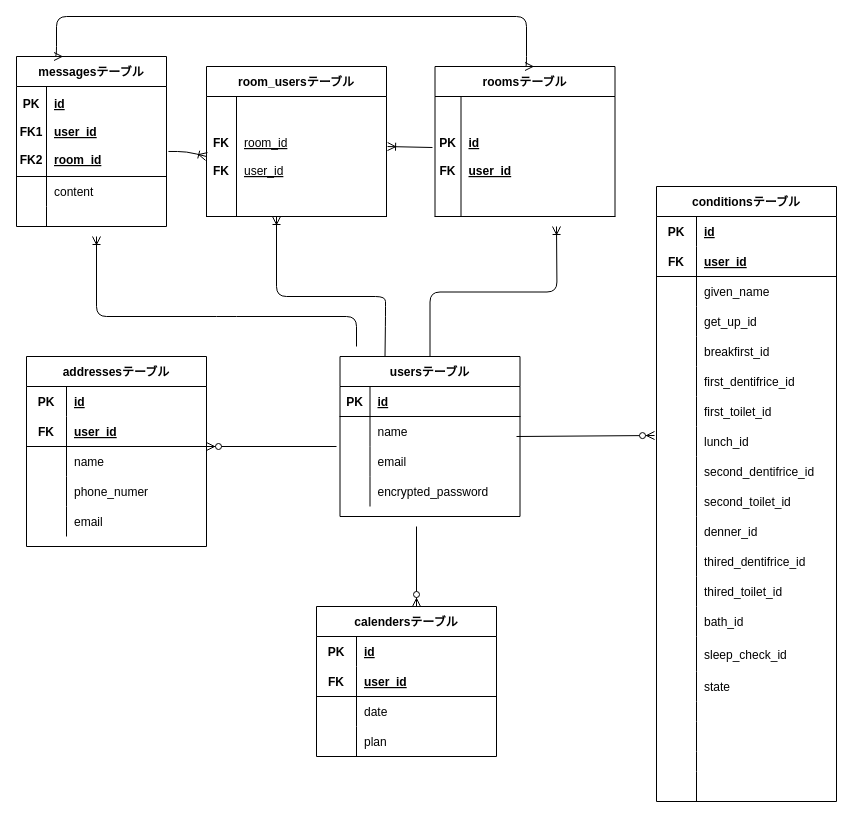
Before: for-cg.dio in wtoshiaki/for-cg, a draw.io diagram. Source tidied: cells renumbered, new cells numbered last; positions are measured from the earlier drawing's top-left corner, leaving out a move shared by most shapes. Both pictures are drawn from the tidied source at 100%, with x=0, y=0 at pixel (16, 16).
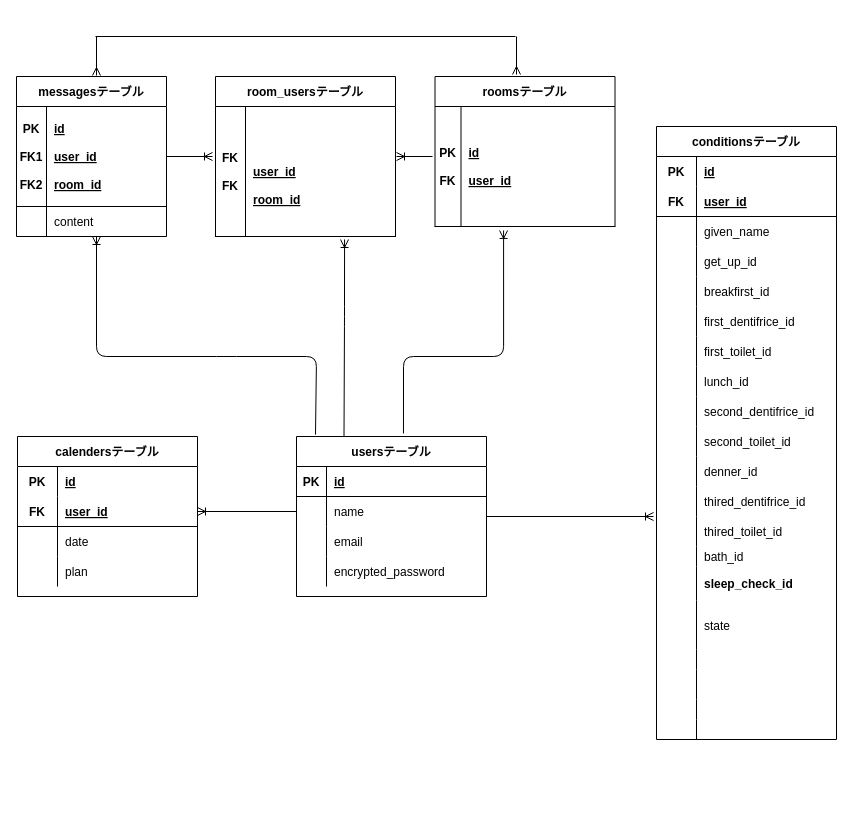
After the change.

Commit message (it also covers changes not shown here):
Read.Me修正

Unchanged cells that the change refers to:
```xml
<mxCell id="16" style="shape=partialRectangle;fillColor=none;top=0;left=0;bottom=1;right=0;points=[[0,0.5],[1,0.5]];portConstraint=eastwest;" parent="15" vertex="1">
  <mxGeometry y="30" width="180" height="120" as="geometry" />
</mxCell>
<mxCell id="51" style="shape=partialRectangle;fillColor=none;top=0;left=0;bottom=0;right=0;points=[[0,0.5],[1,0.5]];portConstraint=eastwest;" parent="29" vertex="1">
  <mxGeometry y="240" width="180" height="30" as="geometry" />
</mxCell>
<mxCell id="94" style="shape=partialRectangle;fillColor=none;top=0;left=0;bottom=1;right=0;points=[[0,0.5],[1,0.5]];portConstraint=eastwest;" parent="90" vertex="1">
  <mxGeometry y="60" width="180" height="30" as="geometry" />
</mxCell>
```

The edit, as a diff of the source:
```diff
@@
     <mxCell id="2" value="usersテーブル" style="shape=table;startSize=30;childLayout=tableLayout;rowLines=0;fontStyle=1;align=center;" parent="1" vertex="1">
-      <mxGeometry x="323.5" y="340" width="180" height="160" as="geometry" />
+      <mxGeometry x="280" y="420" width="190" height="160" as="geometry" />
     </mxCell>
     <mxCell id="3" style="shape=partialRectangle;fillColor=none;top=0;left=0;bottom=1;right=0;" parent="2" vertex="1">
-      <mxGeometry y="30" width="180" height="30" as="geometry" />
+      <mxGeometry y="30" width="190" height="30" as="geometry" />
     </mxCell>
@@
     <mxCell id="5" value="id" style="shape=partialRectangle;fillColor=none;top=0;left=0;bottom=0;right=0;align=left;spacingLeft=6;fontStyle=5;overflow=hidden;" parent="3" vertex="1">
-      <mxGeometry x="30" width="150" height="30" as="geometry" />
+      <mxGeometry x="30" width="160" height="30" as="geometry" />
     </mxCell>
     <mxCell id="6" style="shape=partialRectangle;fillColor=none;top=0;left=0;bottom=0;right=0;points=[[0,0.5],[1,0.5]];portConstraint=eastwest;" parent="2" vertex="1">
-      <mxGeometry y="60" width="180" height="30" as="geometry" />
+      <mxGeometry y="60" width="190" height="30" as="geometry" />
     </mxCell>
@@
     <mxCell id="8" value="name" style="shape=partialRectangle;fillColor=none;top=0;left=0;bottom=0;right=0;align=left;spacingLeft=6;overflow=hidden;" parent="6" vertex="1">
-      <mxGeometry x="30" width="150" height="30" as="geometry" />
+      <mxGeometry x="30" width="160" height="30" as="geometry" />
     </mxCell>
     <mxCell id="9" style="shape=partialRectangle;fillColor=none;top=0;left=0;bottom=0;right=0;" parent="2" vertex="1">
-      <mxGeometry y="90" width="180" height="30" as="geometry" />
+      <mxGeometry y="90" width="190" height="30" as="geometry" />
     </mxCell>
@@
     <mxCell id="11" value="email" style="shape=partialRectangle;fillColor=none;top=0;left=0;bottom=0;right=0;align=left;spacingLeft=6;overflow=hidden;" parent="9" vertex="1">
-      <mxGeometry x="30" width="150" height="30" as="geometry" />
+      <mxGeometry x="30" width="160" height="30" as="geometry" />
     </mxCell>
     <mxCell id="12" style="shape=partialRectangle;fillColor=none;top=0;left=0;bottom=0;right=0;" parent="2" vertex="1">
-      <mxGeometry y="120" width="180" height="30" as="geometry" />
+      <mxGeometry y="120" width="190" height="30" as="geometry" />
     </mxCell>
@@
     <mxCell id="14" value="encrypted_password" style="shape=partialRectangle;fillColor=none;top=0;left=0;bottom=0;right=0;align=left;spacingLeft=6;overflow=hidden;" parent="12" vertex="1">
-      <mxGeometry x="30" width="150" height="30" as="geometry" />
+      <mxGeometry x="30" width="160" height="30" as="geometry" />
     </mxCell>
     <mxCell id="15" value="roomsテーブル" style="shape=table;startSize=30;childLayout=tableLayout;rowLines=0;fontStyle=1;align=center;" parent="1" vertex="1">
-      <mxGeometry x="418.5" y="50" width="180" height="150" as="geometry" />
+      <mxGeometry x="418.5" y="60" width="180" height="150" as="geometry" />
     </mxCell>
@@
     <mxCell id="19" value="messagesテーブル" style="shape=table;startSize=30;childLayout=tableLayout;rowLines=0;fontStyle=1;align=center;" parent="1" vertex="1">
-      <mxGeometry y="40" width="150" height="170" as="geometry" />
+      <mxGeometry y="60" width="150" height="160" as="geometry" />
     </mxCell>
     <mxCell id="20" style="shape=partialRectangle;fillColor=none;top=0;left=0;bottom=1;right=0;points=[[0,0.5],[1,0.5]];portConstraint=eastwest;" parent="19" vertex="1">
-      <mxGeometry y="30" width="150" height="90" as="geometry" />
+      <mxGeometry y="30" width="150" height="100" as="geometry" />
     </mxCell>
     <mxCell id="21" value="PK&#10;&#10;FK1&#10;&#10;FK2" style="shape=partialRectangle;fillColor=none;top=0;left=0;bottom=0;right=0;fontStyle=1;overflow=hidden;" parent="20" vertex="1">
-      <mxGeometry width="30" height="90" as="geometry" />
+      <mxGeometry width="30" height="100" as="geometry" />
     </mxCell>
     <mxCell id="22" value="id&#10;&#10;user_id&#10;&#10;room_id" style="shape=partialRectangle;fillColor=none;top=0;left=0;bottom=0;right=0;align=left;spacingLeft=6;fontStyle=5;overflow=hidden;" parent="20" vertex="1">
-      <mxGeometry x="30" width="120" height="90" as="geometry" />
+      <mxGeometry x="30" width="120" height="100" as="geometry" />
     </mxCell>
     <mxCell id="23" style="shape=partialRectangle;fillColor=none;top=0;left=0;bottom=0;right=0;" parent="19" vertex="1">
-      <mxGeometry y="120" width="150" height="30" as="geometry" />
+      <mxGeometry y="130" width="150" height="30" as="geometry" />
     </mxCell>
@@
-    <mxCell id="26" style="shape=partialRectangle;fillColor=none;top=0;left=0;bottom=0;right=0;" parent="19" vertex="1">
-      <mxGeometry y="150" width="150" height="20" as="geometry" />
-    </mxCell>
-    <mxCell id="27" style="shape=partialRectangle;fillColor=none;top=0;left=0;bottom=0;right=0;overflow=hidden;" parent="26" vertex="1">
-      <mxGeometry width="30" height="20" as="geometry" />
-    </mxCell>
-    <mxCell id="28" style="shape=partialRectangle;fillColor=none;top=0;left=0;bottom=0;right=0;align=left;spacingLeft=6;overflow=hidden;" parent="26" vertex="1">
-      <mxGeometry x="30" width="120" height="20" as="geometry" />
-    </mxCell>
     <mxCell id="29" value="conditionsテーブル" style="shape=table;startSize=30;childLayout=tableLayout;rowLines=0;fontStyle=1;align=center;" parent="1" vertex="1">
-      <mxGeometry x="640" y="170" width="180" height="615" as="geometry" />
+      <mxGeometry x="640" y="110" width="180" height="613" as="geometry" />
     </mxCell>
@@
     <mxCell id="69" style="shape=partialRectangle;fillColor=none;top=0;left=0;bottom=0;right=0;" parent="29" vertex="1">
-      <mxGeometry y="420" width="180" height="30" as="geometry" />
+      <mxGeometry y="420" width="180" height="20" as="geometry" />
     </mxCell>
     <mxCell id="70" style="shape=partialRectangle;fillColor=none;top=0;left=0;bottom=0;right=0;overflow=hidden;" parent="69" vertex="1">
-      <mxGeometry width="40" height="30" as="geometry" />
+      <mxGeometry width="40" height="20" as="geometry" />
     </mxCell>
     <mxCell id="71" value="bath_id" style="shape=partialRectangle;fillColor=none;top=0;left=0;bottom=0;right=0;align=left;spacingLeft=6;overflow=hidden;" parent="69" vertex="1">
-      <mxGeometry x="40" width="140" height="30" as="geometry" />
+      <mxGeometry x="40" width="140" height="20" as="geometry" />
     </mxCell>
     <mxCell id="72" style="shape=partialRectangle;fillColor=none;top=0;left=0;bottom=0;right=0;" parent="29" vertex="1">
-      <mxGeometry y="450" width="180" height="35" as="geometry" />
+      <mxGeometry y="440" width="180" height="34" as="geometry" />
     </mxCell>
     <mxCell id="73" style="shape=partialRectangle;fillColor=none;top=0;left=0;bottom=0;right=0;overflow=hidden;" parent="72" vertex="1">
-      <mxGeometry width="40" height="35" as="geometry" />
+      <mxGeometry width="40" height="34" as="geometry" />
     </mxCell>
-    <mxCell id="74" value="sleep_check_id" style="shape=partialRectangle;fillColor=none;top=0;left=0;bottom=0;right=0;align=left;spacingLeft=6;overflow=hidden;" parent="72" vertex="1">
-      <mxGeometry x="40" width="140" height="35" as="geometry" />
+    <mxCell id="74" value="sleep_check_id" style="shape=partialRectangle;fillColor=none;top=0;left=0;bottom=0;right=0;align=left;spacingLeft=6;overflow=hidden;fontStyle=1;" parent="72" vertex="1">
+      <mxGeometry x="40" width="140" height="34" as="geometry" />
     </mxCell>
     <mxCell id="75" style="shape=partialRectangle;fillColor=none;top=0;left=0;bottom=0;right=0;" parent="29" vertex="1">
-      <mxGeometry y="485" width="180" height="30" as="geometry" />
+      <mxGeometry y="474" width="180" height="49" as="geometry" />
     </mxCell>
     <mxCell id="76" style="shape=partialRectangle;fillColor=none;top=0;left=0;bottom=0;right=0;overflow=hidden;" parent="75" vertex="1">
-      <mxGeometry width="40" height="30" as="geometry" />
+      <mxGeometry width="40" height="49" as="geometry" />
     </mxCell>
     <mxCell id="77" value="state" style="shape=partialRectangle;fillColor=none;top=0;left=0;bottom=0;right=0;align=left;spacingLeft=6;overflow=hidden;" parent="75" vertex="1">
-      <mxGeometry x="40" width="140" height="30" as="geometry" />
+      <mxGeometry x="40" width="140" height="49" as="geometry" />
     </mxCell>
     <mxCell id="78" style="shape=partialRectangle;fillColor=none;top=0;left=0;bottom=0;right=0;" parent="29" vertex="1">
-      <mxGeometry y="515" width="180" height="20" as="geometry" />
+      <mxGeometry y="523" width="180" height="20" as="geometry" />
     </mxCell>
@@
     <mxCell id="81" style="shape=partialRectangle;fillColor=none;top=0;left=0;bottom=0;right=0;" parent="29" vertex="1">
-      <mxGeometry y="535" width="180" height="30" as="geometry" />
+      <mxGeometry y="543" width="180" height="30" as="geometry" />
     </mxCell>
@@
     <mxCell id="84" style="shape=partialRectangle;fillColor=none;top=0;left=0;bottom=0;right=0;" parent="29" vertex="1">
-      <mxGeometry y="565" width="180" height="20" as="geometry" />
+      <mxGeometry y="573" width="180" height="20" as="geometry" />
     </mxCell>
@@
     <mxCell id="87" style="shape=partialRectangle;fillColor=none;top=0;left=0;bottom=0;right=0;" parent="29" vertex="1">
-      <mxGeometry y="585" width="180" height="30" as="geometry" />
+      <mxGeometry y="593" width="180" height="20" as="geometry" />
     </mxCell>
     <mxCell id="88" style="shape=partialRectangle;fillColor=none;top=0;left=0;bottom=0;right=0;overflow=hidden;" parent="87" vertex="1">
-      <mxGeometry width="40" height="30" as="geometry" />
+      <mxGeometry width="40" height="20" as="geometry" />
     </mxCell>
     <mxCell id="89" style="shape=partialRectangle;fillColor=none;top=0;left=0;bottom=0;right=0;align=left;spacingLeft=6;overflow=hidden;" parent="87" vertex="1">
-      <mxGeometry x="40" width="140" height="30" as="geometry" />
+      <mxGeometry x="40" width="140" height="20" as="geometry" />
     </mxCell>
     <mxCell id="90" value="calendersテーブル" style="shape=table;startSize=30;childLayout=tableLayout;rowLines=0;fontStyle=1;align=center;" parent="1" vertex="1">
-      <mxGeometry x="300" y="590" width="180" height="150" as="geometry" />
+      <mxGeometry x="1" y="420" width="180" height="160" as="geometry" />
     </mxCell>
@@
-    <mxCell id="103" value="addressesテーブル" style="shape=table;startSize=30;childLayout=tableLayout;rowLines=0;fontStyle=1;align=center;" parent="1" vertex="1">
-      <mxGeometry x="10" y="340" width="180" height="190" as="geometry" />
-    </mxCell>
-    <mxCell id="104" style="shape=partialRectangle;fillColor=none;top=0;left=0;bottom=0;right=0;" parent="103" vertex="1">
-      <mxGeometry y="30" width="180" height="30" as="geometry" />
-    </mxCell>
-    <mxCell id="105" value="PK" style="shape=partialRectangle;fillColor=none;top=0;left=0;bottom=0;right=0;fontStyle=1;overflow=hidden;" parent="104" vertex="1">
-      <mxGeometry width="40" height="30" as="geometry" />
-    </mxCell>
-    <mxCell id="106" value="id" style="shape=partialRectangle;fillColor=none;top=0;left=0;bottom=0;right=0;align=left;spacingLeft=6;fontStyle=5;overflow=hidden;" parent="104" vertex="1">
-      <mxGeometry x="40" width="140" height="30" as="geometry" />
-    </mxCell>
-    <mxCell id="107" style="shape=partialRectangle;fillColor=none;top=0;left=0;bottom=1;right=0;" parent="103" vertex="1">
-      <mxGeometry y="60" width="180" height="30" as="geometry" />
-    </mxCell>
-    <mxCell id="108" value="FK" style="shape=partialRectangle;fillColor=none;top=0;left=0;bottom=0;right=0;fontStyle=1;overflow=hidden;" parent="107" vertex="1">
-      <mxGeometry width="40" height="30" as="geometry" />
-    </mxCell>
-    <mxCell id="109" value="user_id" style="shape=partialRectangle;fillColor=none;top=0;left=0;bottom=0;right=0;align=left;spacingLeft=6;fontStyle=5;overflow=hidden;" parent="107" vertex="1">
-      <mxGeometry x="40" width="140" height="30" as="geometry" />
-    </mxCell>
-    <mxCell id="110" style="shape=partialRectangle;fillColor=none;top=0;left=0;bottom=0;right=0;" parent="103" vertex="1">
-      <mxGeometry y="90" width="180" height="30" as="geometry" />
-    </mxCell>
-    <mxCell id="111" style="shape=partialRectangle;fillColor=none;top=0;left=0;bottom=0;right=0;overflow=hidden;" parent="110" vertex="1">
-      <mxGeometry width="40" height="30" as="geometry" />
-    </mxCell>
-    <mxCell id="112" value="name" style="shape=partialRectangle;fillColor=none;top=0;left=0;bottom=0;right=0;align=left;spacingLeft=6;overflow=hidden;" parent="110" vertex="1">
-      <mxGeometry x="40" width="140" height="30" as="geometry" />
-    </mxCell>
-    <mxCell id="113" style="shape=partialRectangle;fillColor=none;top=0;left=0;bottom=0;right=0;" parent="103" vertex="1">
-      <mxGeometry y="120" width="180" height="30" as="geometry" />
-    </mxCell>
-    <mxCell id="114" style="shape=partialRectangle;fillColor=none;top=0;left=0;bottom=0;right=0;overflow=hidden;" parent="113" vertex="1">
-      <mxGeometry width="40" height="30" as="geometry" />
-    </mxCell>
-    <mxCell id="115" value="phone_numer" style="shape=partialRectangle;fillColor=none;top=0;left=0;bottom=0;right=0;align=left;spacingLeft=6;overflow=hidden;" parent="113" vertex="1">
-      <mxGeometry x="40" width="140" height="30" as="geometry" />
-    </mxCell>
-    <mxCell id="116" style="shape=partialRectangle;fillColor=none;top=0;left=0;bottom=0;right=0;" parent="103" vertex="1">
-      <mxGeometry y="150" width="180" height="30" as="geometry" />
-    </mxCell>
-    <mxCell id="117" style="shape=partialRectangle;fillColor=none;top=0;left=0;bottom=0;right=0;overflow=hidden;" parent="116" vertex="1">
-      <mxGeometry width="40" height="30" as="geometry" />
-    </mxCell>
-    <mxCell id="118" value="email" style="shape=partialRectangle;fillColor=none;top=0;left=0;bottom=0;right=0;align=left;spacingLeft=6;overflow=hidden;" parent="116" vertex="1">
-      <mxGeometry x="40" width="140" height="30" as="geometry" />
-    </mxCell>
-    <mxCell id="119" style="fontSize=12;html=1;endArrow=ERzeroToMany;endFill=1;" parent="1" edge="1">
-      <mxGeometry relative="1" as="geometry">
-        <mxPoint x="320" y="430" as="sourcePoint" />
-        <mxPoint x="190" y="430" as="targetPoint" />
-        <Array as="points">
-          <mxPoint x="190" y="430" />
-        </Array>
-      </mxGeometry>
-    </mxCell>
-    <mxCell id="120" style="fontSize=12;html=1;endArrow=ERzeroToMany;endFill=1;entryX=-0.011;entryY=0.3;entryDx=0;entryDy=0;entryPerimeter=0;" parent="1" edge="1" target="51">
-      <mxGeometry relative="1" as="geometry">
-        <mxPoint x="500" y="420" as="sourcePoint" />
-      </mxGeometry>
-    </mxCell>
-    <mxCell id="121" style="fontSize=12;html=1;endArrow=ERzeroToMany;endFill=1;" parent="1" edge="1">
-      <mxGeometry relative="1" as="geometry">
-        <mxPoint x="400" y="510" as="sourcePoint" />
-        <mxPoint x="400" y="590" as="targetPoint" />
-      </mxGeometry>
-    </mxCell>
     <mxCell id="122" value="room_usersテーブル" style="shape=table;startSize=30;childLayout=tableLayout;rowLines=0;fontStyle=1;align=center;" parent="1" vertex="1">
-      <mxGeometry x="190" y="50" width="180" height="150" as="geometry" />
+      <mxGeometry x="199" y="60" width="180" height="160" as="geometry" />
     </mxCell>
     <mxCell id="123" style="shape=partialRectangle;fillColor=none;top=0;left=0;bottom=1;right=0;points=[[0,0.5],[1,0.5]];portConstraint=eastwest;" parent="122" vertex="1">
-      <mxGeometry y="30" width="180" height="120" as="geometry" />
+      <mxGeometry y="30" width="180" height="130" as="geometry" />
     </mxCell>
     <mxCell id="124" value="FK&#10;&#10;FK" style="shape=partialRectangle;fillColor=none;top=0;left=0;bottom=0;right=0;fontStyle=1;overflow=hidden;" parent="123" vertex="1">
-      <mxGeometry width="30" height="120" as="geometry" />
+      <mxGeometry width="30" height="130" as="geometry" />
     </mxCell>
-    <mxCell id="125" value="room_id&#10;&#10;user_id" style="shape=partialRectangle;fillColor=none;top=0;left=0;bottom=0;right=0;align=left;spacingLeft=6;fontStyle=4;overflow=hidden;" parent="123" vertex="1">
-      <mxGeometry x="30" width="150" height="120" as="geometry" />
+    <mxCell id="125" value="&#10;&#10;user_id&#10;&#10;room_id" style="shape=partialRectangle;fillColor=none;top=0;left=0;bottom=0;right=0;align=left;spacingLeft=6;fontStyle=5;overflow=hidden;" parent="123" vertex="1">
+      <mxGeometry x="30" width="150" height="130" as="geometry" />
     </mxCell>
-    <mxCell id="126" style="fontSize=12;html=1;endArrow=ERoneToMany;entryX=1.006;entryY=0.417;entryDx=0;entryDy=0;entryPerimeter=0;exitX=-0.014;exitY=0.425;exitDx=0;exitDy=0;exitPerimeter=0;" parent="1" edge="1" source="16" target="123">
-      <mxGeometry relative="1" as="geometry" />
+    <mxCell id="126" style="fontSize=12;html=1;endArrow=ERoneToMany;" parent="1" edge="1">
+      <mxGeometry relative="1" as="geometry">
+        <mxPoint x="416" y="140" as="sourcePoint" />
+        <mxPoint x="380" y="140" as="targetPoint" />
+      </mxGeometry>
     </mxCell>
-    <mxCell id="127" style="fontSize=12;html=1;endArrow=ERoneToMany;exitX=1.013;exitY=0.722;exitDx=0;exitDy=0;exitPerimeter=0;entryX=0;entryY=0.5;entryDx=0;entryDy=0;" parent="1" edge="1" source="20" target="123">
+    <mxCell id="127" style="fontSize=12;html=1;endArrow=ERoneToMany;exitX=1;exitY=0.5;exitDx=0;exitDy=0;" parent="1" edge="1" source="20">
       <mxGeometry relative="1" as="geometry">
-        <Array as="points">
-          <mxPoint x="170" y="135" />
-        </Array>
+        <mxPoint x="196" y="140" as="targetPoint" />
       </mxGeometry>
     </mxCell>
-    <mxCell id="128" style="fontSize=12;html=1;endArrow=ERoneToMany;edgeStyle=orthogonalEdgeStyle;exitX=0.5;exitY=0;exitDx=0;exitDy=0;" parent="1" edge="1" source="2">
-      <mxGeometry relative="1" as="geometry">
-        <mxPoint x="540" y="210" as="targetPoint" />
-      </mxGeometry>
-    </mxCell>
-    <mxCell id="129" style="edgeStyle=orthogonalEdgeStyle;fontSize=12;html=1;endArrow=ERmany;startArrow=ERmany;entryX=0.25;entryY=0;entryDx=0;entryDy=0;exitX=0.5;exitY=0;exitDx=0;exitDy=0;" parent="1" edge="1" source="15" target="19">
-      <mxGeometry relative="1" as="geometry">
-        <Array as="points">
-          <mxPoint x="510" y="50" />
-          <mxPoint x="510" />
-          <mxPoint x="40" />
-          <mxPoint x="40" y="40" />
-        </Array>
-      </mxGeometry>
-    </mxCell>
-    <mxCell id="130" style="fontSize=12;html=1;endArrow=ERoneToMany;" parent="1" edge="1">
+    <mxCell id="130" style="fontSize=12;html=1;endArrow=ERoneToMany;exitX=0.1;exitY=-0.012;exitDx=0;exitDy=0;exitPerimeter=0;" parent="1" edge="1" source="2">
       <mxGeometry relative="1" as="geometry">
-        <mxPoint x="340" y="330" as="sourcePoint" />
         <mxPoint x="80" y="220" as="targetPoint" />
         <Array as="points">
-          <mxPoint x="340" y="300" />
-          <mxPoint x="210" y="300" />
-          <mxPoint x="80" y="300" />
+          <mxPoint x="300" y="340" />
+          <mxPoint x="210" y="340" />
+          <mxPoint x="80" y="340" />
         </Array>
       </mxGeometry>
     </mxCell>
-    <mxCell id="131" style="fontSize=12;html=1;endArrow=ERoneToMany;exitX=0.25;exitY=0;exitDx=0;exitDy=0;" parent="1" edge="1" source="2">
+    <mxCell id="131" style="fontSize=12;html=1;endArrow=ERoneToMany;exitX=0.25;exitY=0;exitDx=0;exitDy=0;entryX=0.717;entryY=1.023;entryDx=0;entryDy=0;entryPerimeter=0;" parent="1" edge="1" source="2" target="123">
       <mxGeometry relative="1" as="geometry">
-        <mxPoint x="260" y="200" as="targetPoint" />
         <Array as="points">
-          <mxPoint x="369" y="300" />
-          <mxPoint x="369" y="280" />
-          <mxPoint x="260" y="280" />
+          <mxPoint x="328" y="300" />
         </Array>
       </mxGeometry>
     </mxCell>
+    <mxCell id="132" style="fontSize=12;html=1;endArrow=ERoneToMany;entryX=1;entryY=0.5;entryDx=0;entryDy=0;exitX=0;exitY=0.5;exitDx=0;exitDy=0;" parent="1" edge="1" source="6" target="94">
+      <mxGeometry relative="1" as="geometry" />
+    </mxCell>
+    <mxCell id="133" style="fontSize=12;html=1;endArrow=ERoneToMany;" parent="1" edge="1">
+      <mxGeometry relative="1" as="geometry">
+        <mxPoint x="470" y="500" as="sourcePoint" />
+        <mxPoint x="637" y="500" as="targetPoint" />
+      </mxGeometry>
+    </mxCell>
+    <mxCell id="134" style="edgeStyle=orthogonalEdgeStyle;fontSize=12;html=1;endArrow=ERoneToMany;entryX=0.381;entryY=1.033;entryDx=0;entryDy=0;entryPerimeter=0;exitX=0.563;exitY=-0.019;exitDx=0;exitDy=0;exitPerimeter=0;" parent="1" edge="1" source="2" target="16">
+      <mxGeometry relative="1" as="geometry">
+        <Array as="points">
+          <mxPoint x="387" y="340" />
+          <mxPoint x="487" y="340" />
+        </Array>
+      </mxGeometry>
+    </mxCell>
+    <mxCell id="135" style="endArrow=none;html=1;rounded=0;" parent="1" edge="1">
+      <mxGeometry relative="1" as="geometry">
+        <mxPoint x="79" y="20" as="sourcePoint" />
+        <mxPoint x="499" y="20" as="targetPoint" />
+      </mxGeometry>
+    </mxCell>
+    <mxCell id="136" style="fontSize=12;html=1;endArrow=ERmany;" parent="1" edge="1">
+      <mxGeometry relative="1" as="geometry">
+        <mxPoint x="500" y="20" as="sourcePoint" />
+        <mxPoint x="500" y="58" as="targetPoint" />
+      </mxGeometry>
+    </mxCell>
+    <mxCell id="137" style="fontSize=12;html=1;endArrow=ERmany;" parent="1" edge="1">
+      <mxGeometry relative="1" as="geometry">
+        <mxPoint x="80" y="20" as="sourcePoint" />
+        <mxPoint x="80" y="59" as="targetPoint" />
+      </mxGeometry>
+    </mxCell>
```
